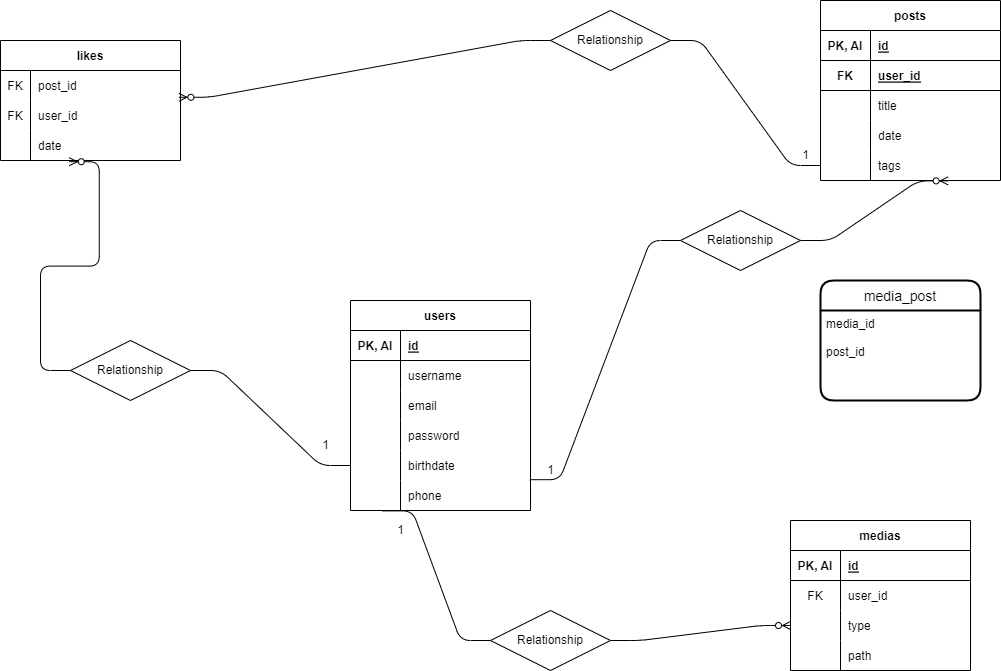
The draw.io diagram schema.png in cristinagiacobbe/social-platform, before a commit. Source tidied: cells renumbered, new cells last; positions are measured from the earlier drawing's top-left corner, leaving out a move shared by most shapes.
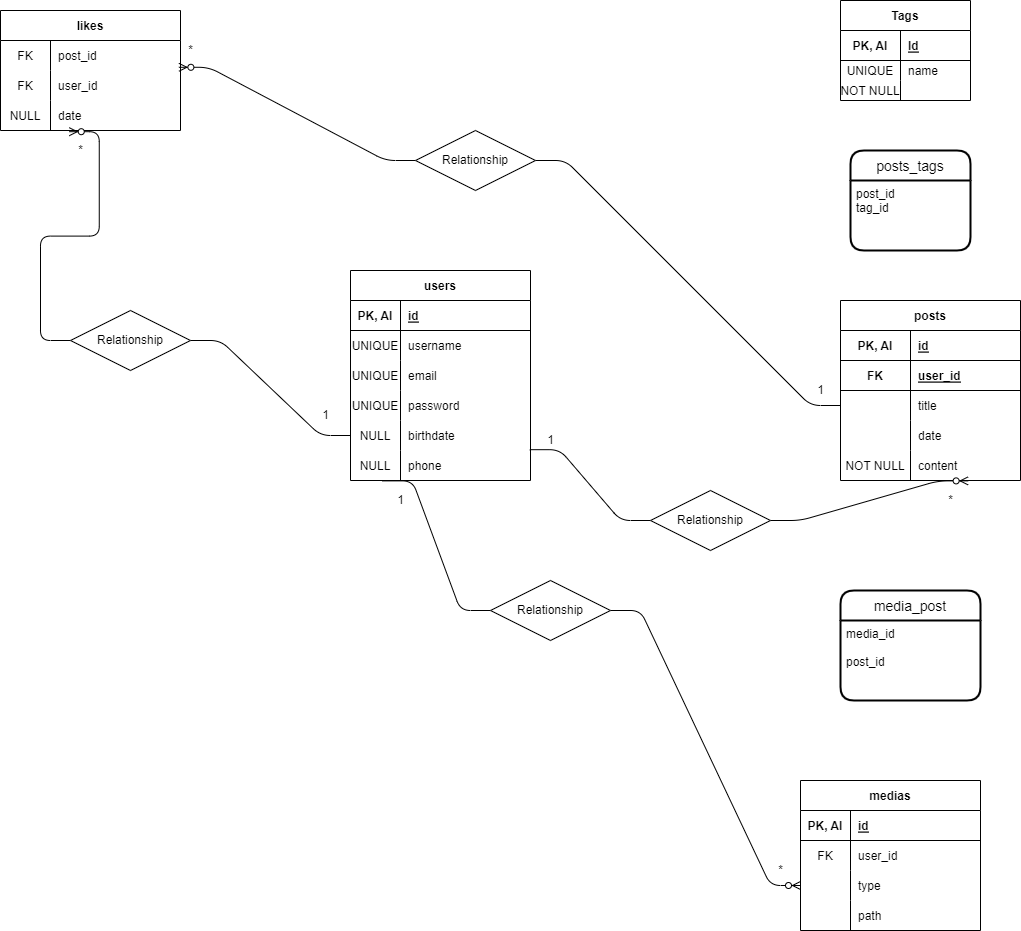
The same file after the commit.

Commit message:
Add detail to schema

Diff of the diagram source:
```diff
@@ -17,7 +17,7 @@
     <mxCell id="6" style="shape=tableRow;horizontal=0;startSize=0;swimlaneHead=0;swimlaneBody=0;fillColor=none;top=0;left=0;right=0;bottom=0;" parent="2" vertex="1">
       <mxGeometry y="60" width="180" height="30" as="geometry" />
     </mxCell>
-    <mxCell id="7" style="shape=partialRectangle;fillColor=none;top=0;left=0;bottom=0;right=0;overflow=hidden;" parent="6" vertex="1">
+    <mxCell id="7" value="UNIQUE" style="shape=partialRectangle;fillColor=none;top=0;left=0;bottom=0;right=0;overflow=hidden;" parent="6" vertex="1">
       <mxGeometry width="50" height="30" as="geometry" />
     </mxCell>
     <mxCell id="8" value="username" style="shape=partialRectangle;fillColor=none;top=0;left=0;bottom=0;right=0;align=left;spacingLeft=6;overflow=hidden;" parent="6" vertex="1">
@@ -26,7 +26,7 @@
     <mxCell id="9" style="shape=tableRow;horizontal=0;startSize=0;swimlaneHead=0;swimlaneBody=0;fillColor=none;top=0;left=0;right=0;bottom=0;" parent="2" vertex="1">
       <mxGeometry y="90" width="180" height="30" as="geometry" />
     </mxCell>
-    <mxCell id="10" style="shape=partialRectangle;fillColor=none;top=0;left=0;bottom=0;right=0;overflow=hidden;" parent="9" vertex="1">
+    <mxCell id="10" value="UNIQUE" style="shape=partialRectangle;fillColor=none;top=0;left=0;bottom=0;right=0;overflow=hidden;" parent="9" vertex="1">
       <mxGeometry width="50" height="30" as="geometry" />
     </mxCell>
     <mxCell id="11" value="email" style="shape=partialRectangle;fillColor=none;top=0;left=0;bottom=0;right=0;align=left;spacingLeft=6;overflow=hidden;" parent="9" vertex="1">
@@ -35,7 +35,7 @@
     <mxCell id="12" style="shape=tableRow;horizontal=0;startSize=0;swimlaneHead=0;swimlaneBody=0;fillColor=none;top=0;left=0;right=0;bottom=0;" parent="2" vertex="1">
       <mxGeometry y="120" width="180" height="30" as="geometry" />
     </mxCell>
-    <mxCell id="13" style="shape=partialRectangle;fillColor=none;top=0;left=0;bottom=0;right=0;overflow=hidden;" parent="12" vertex="1">
+    <mxCell id="13" value="UNIQUE" style="shape=partialRectangle;fillColor=none;top=0;left=0;bottom=0;right=0;overflow=hidden;" parent="12" vertex="1">
       <mxGeometry width="50" height="30" as="geometry" />
     </mxCell>
     <mxCell id="14" value="password" style="shape=partialRectangle;fillColor=none;top=0;left=0;bottom=0;right=0;align=left;spacingLeft=6;overflow=hidden;" parent="12" vertex="1">
@@ -44,7 +44,7 @@
     <mxCell id="15" style="shape=tableRow;horizontal=0;startSize=0;swimlaneHead=0;swimlaneBody=0;fillColor=none;points=[[0,0.5],[1,0.5]];portConstraint=eastwest;top=0;left=0;right=0;bottom=0;" parent="2" vertex="1">
       <mxGeometry y="150" width="180" height="30" as="geometry" />
     </mxCell>
-    <mxCell id="16" style="shape=partialRectangle;fillColor=none;top=0;left=0;bottom=0;right=0;overflow=hidden;" parent="15" vertex="1">
+    <mxCell id="16" value="NULL" style="shape=partialRectangle;fillColor=none;top=0;left=0;bottom=0;right=0;overflow=hidden;" parent="15" vertex="1">
       <mxGeometry width="50" height="30" as="geometry" />
     </mxCell>
     <mxCell id="17" value="birthdate" style="shape=partialRectangle;fillColor=none;top=0;left=0;bottom=0;right=0;align=left;spacingLeft=6;overflow=hidden;" parent="15" vertex="1">
@@ -53,62 +53,62 @@
     <mxCell id="18" style="shape=tableRow;horizontal=0;startSize=0;swimlaneHead=0;swimlaneBody=0;fillColor=none;points=[[0,0.5],[1,0.5]];portConstraint=eastwest;top=0;left=0;right=0;bottom=0;" parent="2" vertex="1">
       <mxGeometry y="180" width="180" height="30" as="geometry" />
     </mxCell>
-    <mxCell id="19" style="shape=partialRectangle;fillColor=none;top=0;left=0;bottom=0;right=0;overflow=hidden;" parent="18" vertex="1">
+    <mxCell id="19" value="NULL" style="shape=partialRectangle;fillColor=none;top=0;left=0;bottom=0;right=0;overflow=hidden;" parent="18" vertex="1">
       <mxGeometry width="50" height="30" as="geometry" />
     </mxCell>
     <mxCell id="20" value="phone" style="shape=partialRectangle;fillColor=none;top=0;left=0;bottom=0;right=0;align=left;spacingLeft=6;overflow=hidden;" parent="18" vertex="1">
       <mxGeometry x="50" width="130" height="30" as="geometry" />
     </mxCell>
     <mxCell id="21" value="posts" style="shape=table;startSize=30;rowLines=0;fontStyle=1;align=center;" parent="1" vertex="1">
-      <mxGeometry x="820" width="180" height="180" as="geometry" />
+      <mxGeometry x="840" y="330" width="180" height="180" as="geometry" />
     </mxCell>
     <mxCell id="22" style="shape=tableRow;horizontal=0;startSize=0;swimlaneHead=0;swimlaneBody=0;fillColor=none;top=0;left=0;right=0;bottom=1;" parent="21" vertex="1">
       <mxGeometry y="30" width="180" height="30" as="geometry" />
     </mxCell>
     <mxCell id="23" value="PK, AI" style="shape=partialRectangle;fillColor=none;top=0;left=0;bottom=0;right=0;fontStyle=1;overflow=hidden;" parent="22" vertex="1">
-      <mxGeometry width="50" height="30" as="geometry" />
+      <mxGeometry width="70" height="30" as="geometry" />
     </mxCell>
     <mxCell id="24" value="id" style="shape=partialRectangle;fillColor=none;top=0;left=0;bottom=0;right=0;align=left;spacingLeft=6;fontStyle=5;overflow=hidden;" parent="22" vertex="1">
-      <mxGeometry x="50" width="130" height="30" as="geometry" />
+      <mxGeometry x="70" width="110" height="30" as="geometry" />
     </mxCell>
     <mxCell id="25" style="shape=tableRow;horizontal=0;startSize=0;swimlaneHead=0;swimlaneBody=0;fillColor=none;top=0;left=0;right=0;bottom=1;" parent="21" vertex="1">
       <mxGeometry y="60" width="180" height="30" as="geometry" />
     </mxCell>
     <mxCell id="26" value="FK" style="shape=partialRectangle;fillColor=none;top=0;left=0;bottom=0;right=0;fontStyle=1;overflow=hidden;" parent="25" vertex="1">
-      <mxGeometry width="50" height="30" as="geometry" />
+      <mxGeometry width="70" height="30" as="geometry" />
     </mxCell>
     <mxCell id="27" value="user_id" style="shape=partialRectangle;fillColor=none;top=0;left=0;bottom=0;right=0;align=left;spacingLeft=6;fontStyle=5;overflow=hidden;" parent="25" vertex="1">
-      <mxGeometry x="50" width="130" height="30" as="geometry" />
+      <mxGeometry x="70" width="110" height="30" as="geometry" />
     </mxCell>
     <mxCell id="28" style="shape=tableRow;horizontal=0;startSize=0;swimlaneHead=0;swimlaneBody=0;fillColor=none;points=[[0,0.5],[1,0.5]];portConstraint=eastwest;top=0;left=0;right=0;bottom=0;" parent="21" vertex="1">
       <mxGeometry y="90" width="180" height="30" as="geometry" />
     </mxCell>
     <mxCell id="29" style="shape=partialRectangle;fillColor=none;top=0;left=0;bottom=0;right=0;overflow=hidden;" parent="28" vertex="1">
-      <mxGeometry width="50" height="30" as="geometry" />
+      <mxGeometry width="70" height="30" as="geometry" />
     </mxCell>
     <mxCell id="30" value="title" style="shape=partialRectangle;fillColor=none;top=0;left=0;bottom=0;right=0;align=left;spacingLeft=6;overflow=hidden;" parent="28" vertex="1">
-      <mxGeometry x="50" width="130" height="30" as="geometry" />
+      <mxGeometry x="70" width="110" height="30" as="geometry" />
     </mxCell>
     <mxCell id="31" style="shape=tableRow;horizontal=0;startSize=0;swimlaneHead=0;swimlaneBody=0;fillColor=none;top=0;left=0;right=0;bottom=0;" parent="21" vertex="1">
       <mxGeometry y="120" width="180" height="30" as="geometry" />
     </mxCell>
     <mxCell id="32" style="shape=partialRectangle;fillColor=none;top=0;left=0;bottom=0;right=0;overflow=hidden;" parent="31" vertex="1">
-      <mxGeometry width="50" height="30" as="geometry" />
+      <mxGeometry width="70" height="30" as="geometry" />
     </mxCell>
     <mxCell id="33" value="date" style="shape=partialRectangle;fillColor=none;top=0;left=0;bottom=0;right=0;align=left;spacingLeft=6;overflow=hidden;" parent="31" vertex="1">
-      <mxGeometry x="50" width="130" height="30" as="geometry" />
+      <mxGeometry x="70" width="110" height="30" as="geometry" />
     </mxCell>
     <mxCell id="34" style="shape=tableRow;horizontal=0;startSize=0;swimlaneHead=0;swimlaneBody=0;fillColor=none;points=[[0,0.5],[1,0.5]];portConstraint=eastwest;top=0;left=0;right=0;bottom=0;" parent="21" vertex="1">
       <mxGeometry y="150" width="180" height="30" as="geometry" />
     </mxCell>
-    <mxCell id="35" style="shape=partialRectangle;fillColor=none;top=0;left=0;bottom=0;right=0;overflow=hidden;" parent="34" vertex="1">
-      <mxGeometry width="50" height="30" as="geometry" />
+    <mxCell id="35" value="NOT NULL" style="shape=partialRectangle;fillColor=none;top=0;left=0;bottom=0;right=0;overflow=hidden;" parent="34" vertex="1">
+      <mxGeometry width="70" height="30" as="geometry" />
     </mxCell>
-    <mxCell id="36" value="tags" style="shape=partialRectangle;fillColor=none;top=0;left=0;bottom=0;right=0;align=left;spacingLeft=6;overflow=hidden;" parent="34" vertex="1">
-      <mxGeometry x="50" width="130" height="30" as="geometry" />
+    <mxCell id="36" value="content" style="shape=partialRectangle;fillColor=none;top=0;left=0;bottom=0;right=0;align=left;spacingLeft=6;overflow=hidden;" parent="34" vertex="1">
+      <mxGeometry x="70" width="110" height="30" as="geometry" />
     </mxCell>
     <mxCell id="37" value="medias" style="shape=table;startSize=30;rowLines=0;fontStyle=1;align=center;" parent="1" vertex="1">
-      <mxGeometry x="790" y="520" width="180" height="150" as="geometry" />
+      <mxGeometry x="800" y="810" width="180" height="150" as="geometry" />
     </mxCell>
     <mxCell id="38" style="shape=tableRow;horizontal=0;startSize=0;swimlaneHead=0;swimlaneBody=0;fillColor=none;top=0;left=0;right=0;bottom=1;" parent="37" vertex="1">
       <mxGeometry y="30" width="180" height="30" as="geometry" />
@@ -147,10 +147,10 @@
       <mxGeometry x="50" width="130" height="30" as="geometry" />
     </mxCell>
     <mxCell id="50" value="media_post" style="swimlane;horizontal=1;startSize=30;rounded=1;fontSize=14;fontStyle=0;strokeWidth=2;shadow=0;dashed=0;align=center;" parent="1" vertex="1">
-      <mxGeometry x="820" y="280" width="160" height="120" as="geometry" />
+      <mxGeometry x="840" y="620" width="140" height="110" as="geometry" />
     </mxCell>
     <mxCell id="51" value="media_id&#10;&#10;post_id" style="align=left;strokeColor=none;fillColor=none;spacingLeft=4;fontSize=12;verticalAlign=top;" parent="50" vertex="1">
-      <mxGeometry y="30" width="160" height="90" as="geometry" />
+      <mxGeometry y="30" width="140" height="80" as="geometry" />
     </mxCell>
     <mxCell id="52" value="likes" style="shape=table;startSize=30;rowLines=0;fontStyle=1;align=center;" parent="1" vertex="1">
       <mxGeometry y="40" width="180" height="120" as="geometry" />
@@ -159,28 +159,28 @@
       <mxGeometry y="30" width="180" height="30" as="geometry" />
     </mxCell>
     <mxCell id="54" value="FK" style="shape=partialRectangle;fillColor=none;top=0;left=0;bottom=0;right=0;overflow=hidden;" parent="53" vertex="1">
-      <mxGeometry width="30" height="30" as="geometry" />
+      <mxGeometry width="50" height="30" as="geometry" />
     </mxCell>
     <mxCell id="55" value="post_id" style="shape=partialRectangle;fillColor=none;top=0;left=0;bottom=0;right=0;align=left;spacingLeft=6;overflow=hidden;" parent="53" vertex="1">
-      <mxGeometry x="30" width="150" height="30" as="geometry" />
+      <mxGeometry x="50" width="130" height="30" as="geometry" />
     </mxCell>
     <mxCell id="56" style="shape=tableRow;horizontal=0;startSize=0;swimlaneHead=0;swimlaneBody=0;fillColor=none;points=[[0,0.5],[1,0.5]];portConstraint=eastwest;top=0;left=0;right=0;bottom=0;" parent="52" vertex="1">
       <mxGeometry y="60" width="180" height="30" as="geometry" />
     </mxCell>
     <mxCell id="57" value="FK" style="shape=partialRectangle;fillColor=none;top=0;left=0;bottom=0;right=0;overflow=hidden;" parent="56" vertex="1">
-      <mxGeometry width="30" height="30" as="geometry" />
+      <mxGeometry width="50" height="30" as="geometry" />
     </mxCell>
     <mxCell id="58" value="user_id" style="shape=partialRectangle;fillColor=none;top=0;left=0;bottom=0;right=0;align=left;spacingLeft=6;overflow=hidden;" parent="56" vertex="1">
-      <mxGeometry x="30" width="150" height="30" as="geometry" />
+      <mxGeometry x="50" width="130" height="30" as="geometry" />
     </mxCell>
     <mxCell id="59" style="shape=tableRow;horizontal=0;startSize=0;swimlaneHead=0;swimlaneBody=0;fillColor=none;points=[[0,0.5],[1,0.5]];portConstraint=eastwest;top=0;left=0;right=0;bottom=0;" parent="52" vertex="1">
       <mxGeometry y="90" width="180" height="30" as="geometry" />
     </mxCell>
-    <mxCell id="60" style="shape=partialRectangle;fillColor=none;top=0;left=0;bottom=0;right=0;overflow=hidden;" parent="59" vertex="1">
-      <mxGeometry width="30" height="30" as="geometry" />
+    <mxCell id="60" value="NULL" style="shape=partialRectangle;fillColor=none;top=0;left=0;bottom=0;right=0;overflow=hidden;" parent="59" vertex="1">
+      <mxGeometry width="50" height="30" as="geometry" />
     </mxCell>
     <mxCell id="61" value="date" style="shape=partialRectangle;fillColor=none;top=0;left=0;bottom=0;right=0;align=left;spacingLeft=6;overflow=hidden;" parent="59" vertex="1">
-      <mxGeometry x="30" width="150" height="30" as="geometry" />
+      <mxGeometry x="50" width="130" height="30" as="geometry" />
     </mxCell>
     <mxCell id="62" style="edgeStyle=entityRelationEdgeStyle;fontSize=12;html=1;endArrow=ERzeroToMany;endFill=1;exitX=1;exitY=0.5;exitDx=0;exitDy=0;startArrow=none;entryX=0.709;entryY=1.013;entryDx=0;entryDy=0;entryPerimeter=0;" parent="1" edge="1" source="64" target="34">
       <mxGeometry relative="1" as="geometry" />
@@ -189,7 +189,7 @@
       <mxGeometry relative="1" as="geometry" />
     </mxCell>
     <mxCell id="64" value="Relationship" style="shape=rhombus;perimeter=rhombusPerimeter;whiteSpace=wrap;html=1;align=center;" parent="1" vertex="1">
-      <mxGeometry x="680" y="210" width="120" height="60" as="geometry" />
+      <mxGeometry x="650" y="520" width="120" height="60" as="geometry" />
     </mxCell>
     <mxCell id="65" style="edgeStyle=entityRelationEdgeStyle;fontSize=12;html=1;endArrow=ERzeroToMany;endFill=1;entryX=0;entryY=0.5;entryDx=0;entryDy=0;startArrow=none;" parent="1" edge="1" source="67" target="44">
       <mxGeometry relative="1" as="geometry" />
@@ -203,11 +203,11 @@
     <mxCell id="68" style="edgeStyle=entityRelationEdgeStyle;fontSize=12;html=1;endArrow=ERzeroToMany;endFill=1;exitX=0;exitY=0.5;exitDx=0;exitDy=0;entryX=0.991;entryY=-0.107;entryDx=0;entryDy=0;entryPerimeter=0;startArrow=none;" parent="1" edge="1" source="70" target="56">
       <mxGeometry relative="1" as="geometry" />
     </mxCell>
-    <mxCell id="69" style="edgeStyle=entityRelationEdgeStyle;fontSize=12;html=1;endArrow=none;endFill=1;exitX=0;exitY=0.5;exitDx=0;exitDy=0;entryX=1;entryY=0.5;entryDx=0;entryDy=0;" parent="1" edge="1" source="34" target="70">
+    <mxCell id="69" style="edgeStyle=entityRelationEdgeStyle;fontSize=12;html=1;endArrow=none;endFill=1;exitX=0;exitY=0.5;exitDx=0;exitDy=0;entryX=1;entryY=0.5;entryDx=0;entryDy=0;" parent="1" edge="1" source="28" target="70">
       <mxGeometry relative="1" as="geometry" />
     </mxCell>
     <mxCell id="70" value="Relationship" style="shape=rhombus;perimeter=rhombusPerimeter;whiteSpace=wrap;html=1;align=center;" parent="1" vertex="1">
-      <mxGeometry x="550" y="10" width="120" height="60" as="geometry" />
+      <mxGeometry x="415" y="160" width="120" height="60" as="geometry" />
     </mxCell>
     <mxCell id="71" style="edgeStyle=entityRelationEdgeStyle;fontSize=12;html=1;endArrow=ERzeroToMany;endFill=1;exitX=0;exitY=0.5;exitDx=0;exitDy=0;startArrow=none;entryX=0.382;entryY=1.04;entryDx=0;entryDy=0;entryPerimeter=0;" parent="1" edge="1" source="73" target="59">
       <mxGeometry relative="1" as="geometry" />
@@ -218,9 +218,6 @@
     <mxCell id="73" value="Relationship" style="shape=rhombus;perimeter=rhombusPerimeter;whiteSpace=wrap;html=1;align=center;" parent="1" vertex="1">
       <mxGeometry x="70" y="340" width="120" height="60" as="geometry" />
     </mxCell>
-    <mxCell id="74" value="1" style="text;html=1;align=center;verticalAlign=middle;strokeColor=none;fillColor=none;" parent="1" vertex="1">
-      <mxGeometry x="790" y="140" width="30" height="30" as="geometry" />
-    </mxCell>
     <mxCell id="75" value="1" style="text;html=1;align=center;verticalAlign=middle;strokeColor=none;fillColor=none;" parent="1" vertex="1">
       <mxGeometry x="535" y="455" width="30" height="30" as="geometry" />
     </mxCell>
@@ -230,5 +227,56 @@
     <mxCell id="77" value="1" style="text;html=1;align=center;verticalAlign=middle;strokeColor=none;fillColor=none;" parent="1" vertex="1">
       <mxGeometry x="310" y="430" width="30" height="30" as="geometry" />
     </mxCell>
+    <mxCell id="78" value="posts_tags" style="swimlane;horizontal=1;startSize=30;rounded=1;fontSize=14;fontStyle=0;strokeWidth=2;shadow=0;dashed=0;align=center;" parent="1" vertex="1">
+      <mxGeometry x="850" y="180" width="120" height="100" as="geometry" />
+    </mxCell>
+    <mxCell id="79" value="post_id&#10;tag_id" style="align=left;strokeColor=none;fillColor=none;spacingLeft=4;fontSize=12;verticalAlign=top;" parent="78" vertex="1">
+      <mxGeometry y="30" width="120" height="70" as="geometry" />
+    </mxCell>
+    <mxCell id="80" value="Tags" style="shape=table;startSize=30;rowLines=0;fontStyle=1;align=center;" parent="1" vertex="1">
+      <mxGeometry x="840" y="30" width="130" height="100" as="geometry" />
+    </mxCell>
+    <mxCell id="81" style="shape=tableRow;horizontal=0;startSize=0;swimlaneHead=0;swimlaneBody=0;fillColor=none;top=0;left=0;right=0;bottom=1;" parent="80" vertex="1">
+      <mxGeometry y="30" width="130" height="30" as="geometry" />
+    </mxCell>
+    <mxCell id="82" value="PK, AI" style="shape=partialRectangle;fillColor=none;top=0;left=0;bottom=0;right=0;fontStyle=1;overflow=hidden;" parent="81" vertex="1">
+      <mxGeometry width="60" height="30" as="geometry" />
+    </mxCell>
+    <mxCell id="83" value="Id" style="shape=partialRectangle;fillColor=none;top=0;left=0;bottom=0;right=0;align=left;spacingLeft=6;fontStyle=5;overflow=hidden;" parent="81" vertex="1">
+      <mxGeometry x="60" width="70" height="30" as="geometry" />
+    </mxCell>
+    <mxCell id="84" style="shape=tableRow;horizontal=0;startSize=0;swimlaneHead=0;swimlaneBody=0;fillColor=none;top=0;left=0;right=0;bottom=0;" parent="80" vertex="1">
+      <mxGeometry y="60" width="130" height="20" as="geometry" />
+    </mxCell>
+    <mxCell id="85" value="UNIQUE" style="shape=partialRectangle;fillColor=none;top=0;left=0;bottom=0;right=0;overflow=hidden;" parent="84" vertex="1">
+      <mxGeometry width="60" height="20" as="geometry" />
+    </mxCell>
+    <mxCell id="86" value="name" style="shape=partialRectangle;fillColor=none;top=0;left=0;bottom=0;right=0;align=left;spacingLeft=6;overflow=hidden;" parent="84" vertex="1">
+      <mxGeometry x="60" width="70" height="20" as="geometry" />
+    </mxCell>
+    <mxCell id="87" style="shape=tableRow;horizontal=0;startSize=0;swimlaneHead=0;swimlaneBody=0;fillColor=none;top=0;left=0;right=0;bottom=0;" parent="80" vertex="1">
+      <mxGeometry y="80" width="130" height="20" as="geometry" />
+    </mxCell>
+    <mxCell id="88" value="NOT NULL" style="shape=partialRectangle;fillColor=none;top=0;left=0;bottom=0;right=0;overflow=hidden;" parent="87" vertex="1">
+      <mxGeometry width="60" height="20" as="geometry" />
+    </mxCell>
+    <mxCell id="89" style="shape=partialRectangle;fillColor=none;top=0;left=0;bottom=0;right=0;align=left;spacingLeft=6;overflow=hidden;" parent="87" vertex="1">
+      <mxGeometry x="60" width="70" height="20" as="geometry" />
+    </mxCell>
+    <mxCell id="90" value="*" style="text;html=1;align=center;verticalAlign=middle;strokeColor=none;fillColor=none;" parent="1" vertex="1">
+      <mxGeometry x="935" y="515" width="30" height="30" as="geometry" />
+    </mxCell>
+    <mxCell id="74" value="1" style="text;html=1;align=center;verticalAlign=middle;strokeColor=none;fillColor=none;" parent="1" vertex="1">
+      <mxGeometry x="805" y="405" width="30" height="30" as="geometry" />
+    </mxCell>
+    <mxCell id="91" value="*" style="text;html=1;align=center;verticalAlign=middle;strokeColor=none;fillColor=none;" parent="1" vertex="1">
+      <mxGeometry x="175" y="65" width="30" height="30" as="geometry" />
+    </mxCell>
+    <mxCell id="92" value="*" style="text;html=1;align=center;verticalAlign=middle;strokeColor=none;fillColor=none;" parent="1" vertex="1">
+      <mxGeometry x="65" y="165" width="30" height="30" as="geometry" />
+    </mxCell>
+    <mxCell id="93" value="*" style="text;html=1;align=center;verticalAlign=middle;strokeColor=none;fillColor=none;" parent="1" vertex="1">
+      <mxGeometry x="765" y="885" width="30" height="30" as="geometry" />
+    </mxCell>
   </root>
 </mxGraphModel>
```
